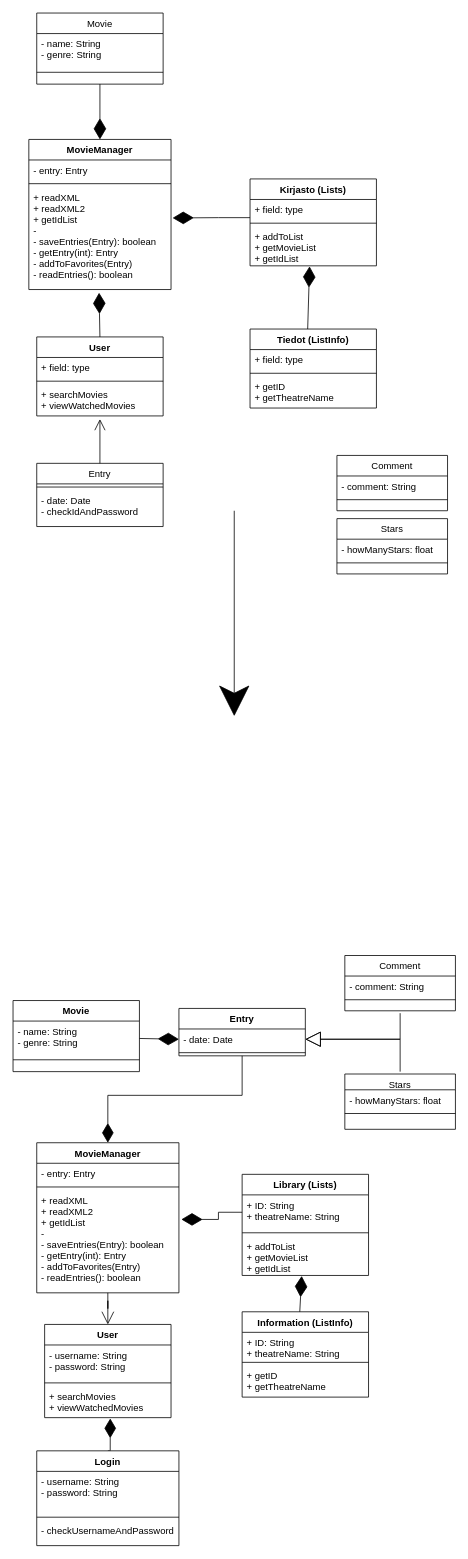
Above: Untitled Diagram.drawio in DeveloperLauri/UML-charts-draw.io (draw.io), before the change. Source tidied: cells renumbered, new cells numbered last; positions are measured from the earlier drawing's top-left corner, leaving out a move shared by most shapes. Both pictures are drawn from the tidied source at 79%, with x=0, y=0 at pixel (13, 13).
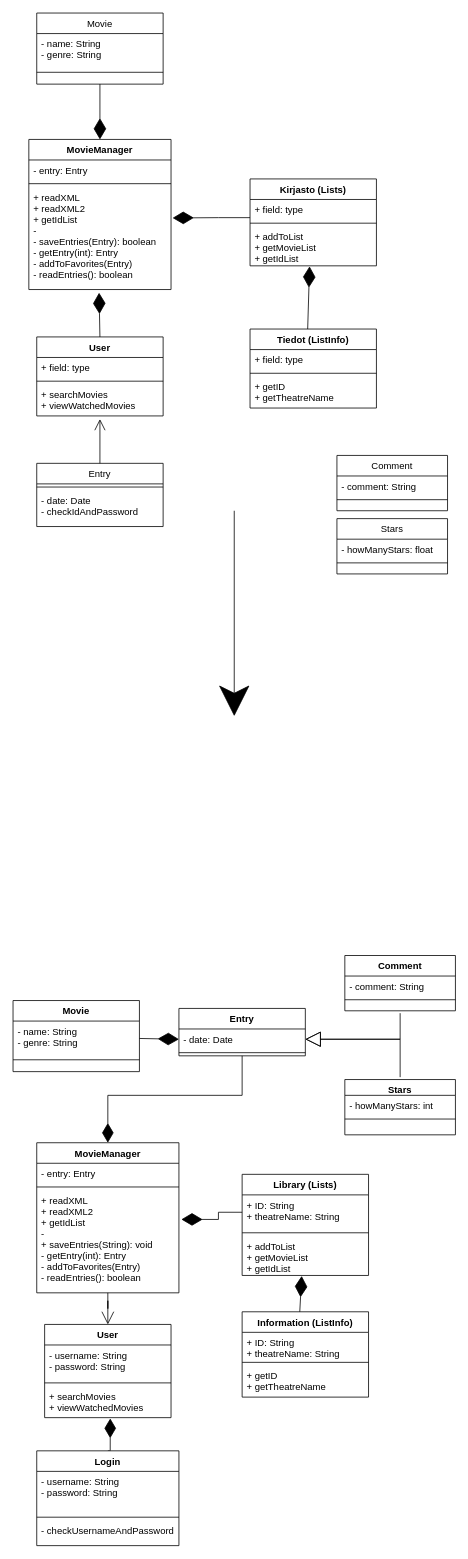
Above is the later version.

The change refers to these unchanged cells:
```xml
<mxCell id="49" value="MovieManager" style="swimlane;fontStyle=1;align=center;verticalAlign=top;horizontal=1;startSize=26;" parent="1" vertex="1">
  <mxGeometry x="30" y="1430" width="180" height="190" as="geometry" />
</mxCell>
```

The edit, as a diff of the source:
```diff
@@
-    <mxCell id="37" value="Stars" style="swimlane;fontStyle=0;align=center;verticalAlign=top;horizontal=1;startSize=20;rounded=0;shadow=0;strokeWidth=1;" parent="1" vertex="1">
-      <mxGeometry x="420" y="1343" width="140" height="70" as="geometry" />
+    <mxCell id="37" value="Stars" style="swimlane;fontStyle=1;align=center;verticalAlign=top;horizontal=1;startSize=20;rounded=0;shadow=0;strokeWidth=1;" parent="1" vertex="1">
+      <mxGeometry x="420" y="1350" width="140" height="70" as="geometry" />
     </mxCell>
-    <mxCell id="38" value="- howManyStars: float" style="text;align=left;verticalAlign=top;spacingLeft=4;spacingRight=4;overflow=hidden;" parent="37" vertex="1">
+    <mxCell id="38" value="- howManyStars: int" style="text;align=left;verticalAlign=top;spacingLeft=4;spacingRight=4;overflow=hidden;" parent="37" vertex="1">
       <mxGeometry y="20" width="140" height="26" as="geometry" />
     </mxCell>
@@
-    <mxCell id="41" value="Comment" style="swimlane;fontStyle=0;align=center;verticalAlign=top;horizontal=1;startSize=26;rounded=0;shadow=0;strokeWidth=1;" parent="1" vertex="1">
+    <mxCell id="41" value="Comment" style="swimlane;fontStyle=1;align=center;verticalAlign=top;horizontal=1;startSize=26;rounded=0;shadow=0;strokeWidth=1;" parent="1" vertex="1">
       <mxGeometry x="420" y="1193" width="140" height="70" as="geometry" />
     </mxCell>
@@
-    <mxCell id="52" value="+ readXML&#10;+ readXML2&#10;+ getIdList&#10;-&#10;- saveEntries(Entry): boolean&#10;- getEntry(int): Entry&#10;- addToFavorites(Entry)&#10;- readEntries(): boolean" style="text;strokeColor=none;fillColor=none;align=left;verticalAlign=top;spacingLeft=4;spacingRight=4;overflow=hidden;points=[[0,0.5],[1,0.5]];portConstraint=eastwest;" parent="49" vertex="1">
+    <mxCell id="52" value="+ readXML&#10;+ readXML2&#10;+ getIdList&#10;-&#10;+ saveEntries(String): void&#10;- getEntry(int): Entry&#10;- addToFavorites(Entry)&#10;- readEntries(): boolean" style="text;strokeColor=none;fillColor=none;align=left;verticalAlign=top;spacingLeft=4;spacingRight=4;overflow=hidden;points=[[0,0.5],[1,0.5]];portConstraint=eastwest;" parent="49" vertex="1">
       <mxGeometry y="60" width="180" height="130" as="geometry" />
     </mxCell>
```
